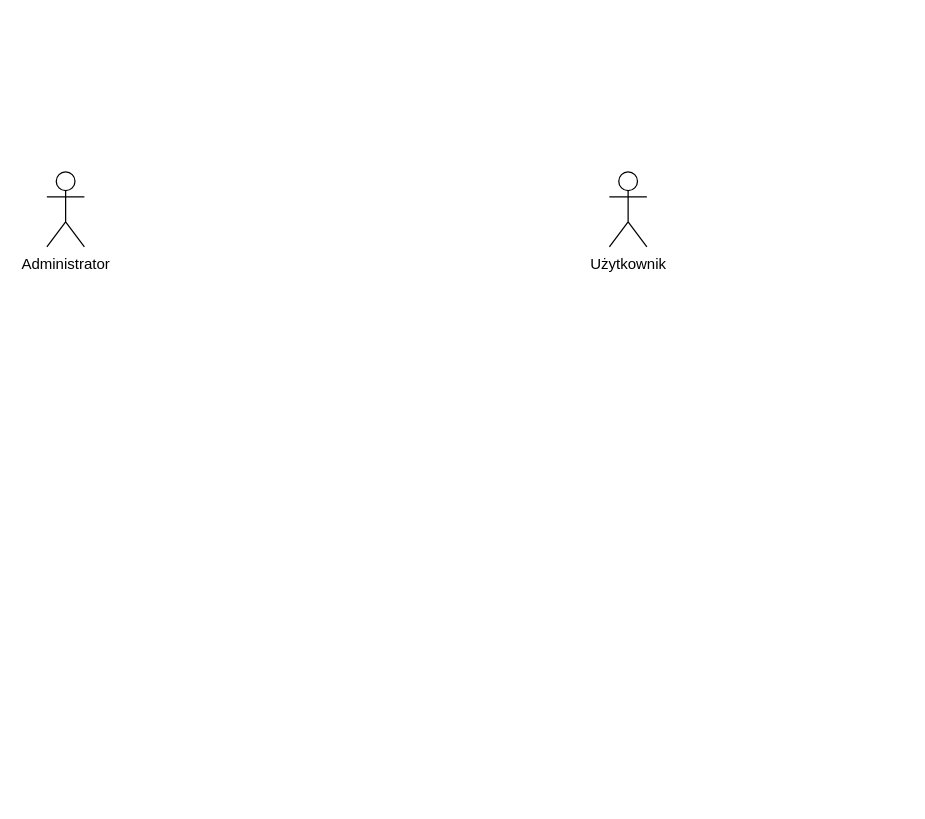
przemekszw/ReactApp keeps this draw.io diagram as Untitled Diagram.drawio. Above is the earlier version. Source tidied: cells renumbered, new cells numbered last; positions are measured from the earlier drawing's top-left corner, leaving out a move shared by most shapes. Both pictures are drawn from the tidied source at 125%, with x=0, y=0 at pixel (46, 171).
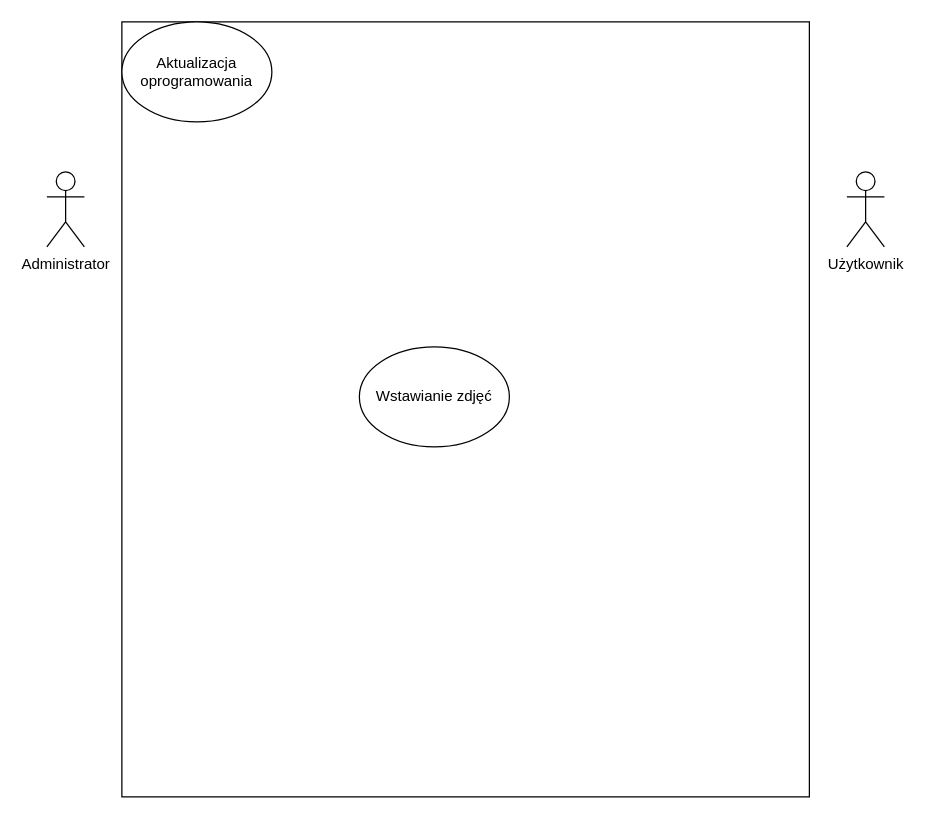
The same page after the edit.

The edit, as a diff of the source:
```diff
@@
 <mxGraphModel>
   <root>
     <mxCell id="0" />
     <mxCell id="1" parent="0" />
     <mxCell id="2" value="&lt;div&gt;Administrator&lt;/div&gt;" style="shape=umlActor;verticalLabelPosition=bottom;verticalAlign=top;html=1;" parent="1" vertex="1">
       <mxGeometry width="30" height="60" as="geometry" />
     </mxCell>
     <mxCell id="3" value="&lt;div&gt;Użytkownik&lt;/div&gt;" style="shape=umlActor;verticalLabelPosition=bottom;verticalAlign=top;html=1;" parent="1" vertex="1">
-      <mxGeometry x="450" width="30" height="60" as="geometry" />
+      <mxGeometry x="640" width="30" height="60" as="geometry" />
     </mxCell>
+    <mxCell id="4" style="rounded=0;whiteSpace=wrap;html=1;" parent="1" vertex="1">
+      <mxGeometry x="60" y="-120" width="550" height="620" as="geometry" />
+    </mxCell>
+    <mxCell id="5" value="&lt;div&gt;Aktualizacja oprogramowania&lt;/div&gt;" style="ellipse;whiteSpace=wrap;html=1;" parent="1" vertex="1">
+      <mxGeometry x="60" y="-120" width="120" height="80" as="geometry" />
+    </mxCell>
+    <mxCell id="6" value="&lt;div&gt;Wstawianie zdjęć&lt;/div&gt;" style="ellipse;whiteSpace=wrap;html=1;" parent="1" vertex="1">
+      <mxGeometry x="250" y="140" width="120" height="80" as="geometry" />
+    </mxCell>
   </root>
 </mxGraphModel>
```
